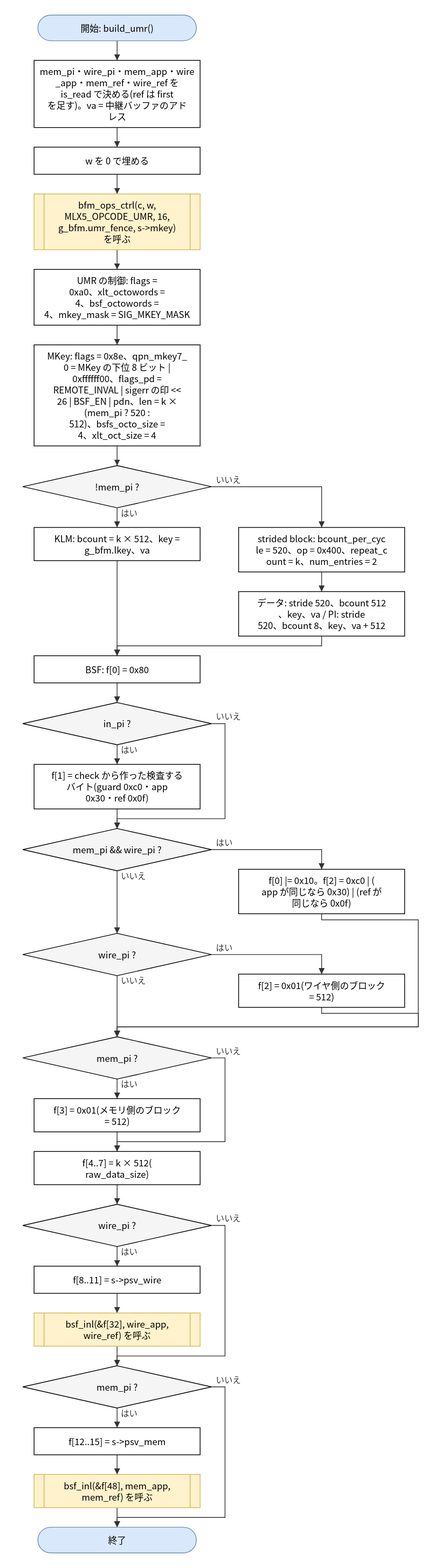
Before: doc/spec/images/flow_src_bfm_dif-build_umr.drawio.svg, a diagram exported from draw.io (hf355051012-ai/bfmem). Source tidied: cells renumbered, new cells last; positions are measured from the earlier drawing's top-left corner, leaving out a move shared by most shapes.
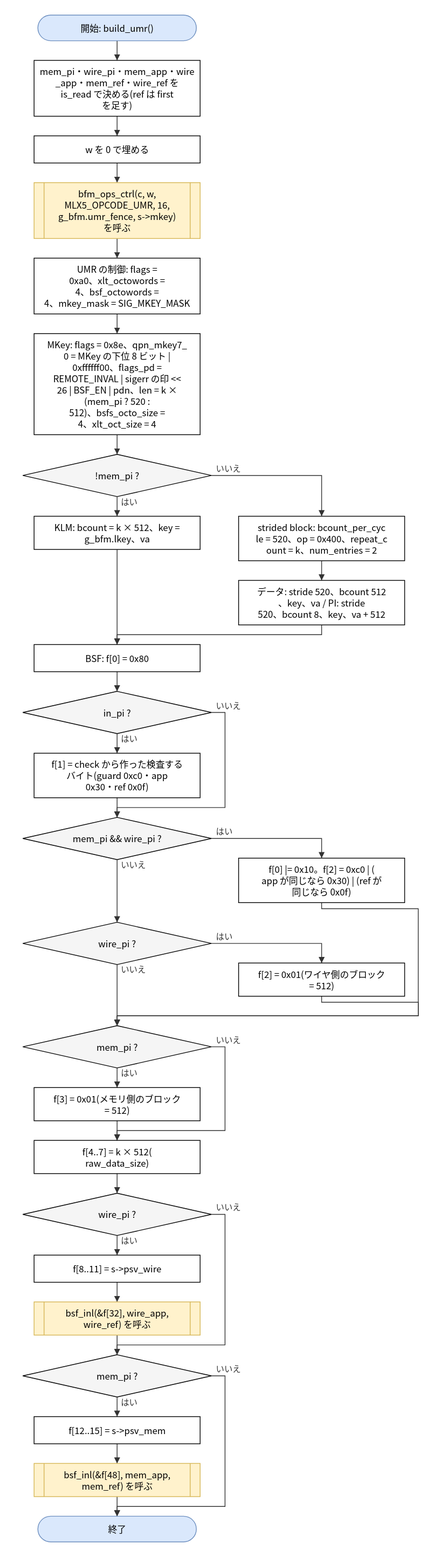
After the change.

Diff of the diagram source:
```diff
@@ -3,10 +3,10 @@
     <mxCell id="0" />
     <mxCell id="1" parent="0" />
     <mxCell id="2" value="開始: build_umr()" style="rounded=1;arcSize=50;whiteSpace=wrap;html=1;fillColor=#dae8fc;strokeColor=#6c8ebf;" parent="1" vertex="1">
-      <mxGeometry x="20" width="210" height="34" as="geometry" />
+      <mxGeometry x="20" y="15" width="210" height="34" as="geometry" />
     </mxCell>
-    <mxCell id="3" value="mem_pi・wire_pi・mem_app・wire&lt;br&gt;_app・mem_ref・wire_ref を&lt;br&gt;is_read で決める(ref は first&lt;br&gt;を足す)。va = 中継バッファのアド&lt;br&gt;レス" style="rounded=0;whiteSpace=wrap;html=1;" parent="1" vertex="1">
-      <mxGeometry x="15" y="60" width="220" height="89" as="geometry" />
+    <mxCell id="3" value="mem_pi・wire_pi・mem_app・wire&lt;br&gt;_app・mem_ref・wire_ref を&lt;br&gt;is_read で決める(ref は first&lt;br&gt;を足す)" style="rounded=0;whiteSpace=wrap;html=1;" parent="1" vertex="1">
+      <mxGeometry x="15" y="75" width="220" height="74" as="geometry" />
     </mxCell>
     <mxCell id="4" value="w を 0 で埋める" style="rounded=0;whiteSpace=wrap;html=1;" parent="1" vertex="1">
       <mxGeometry x="15" y="175" width="220" height="36" as="geometry" />
```
